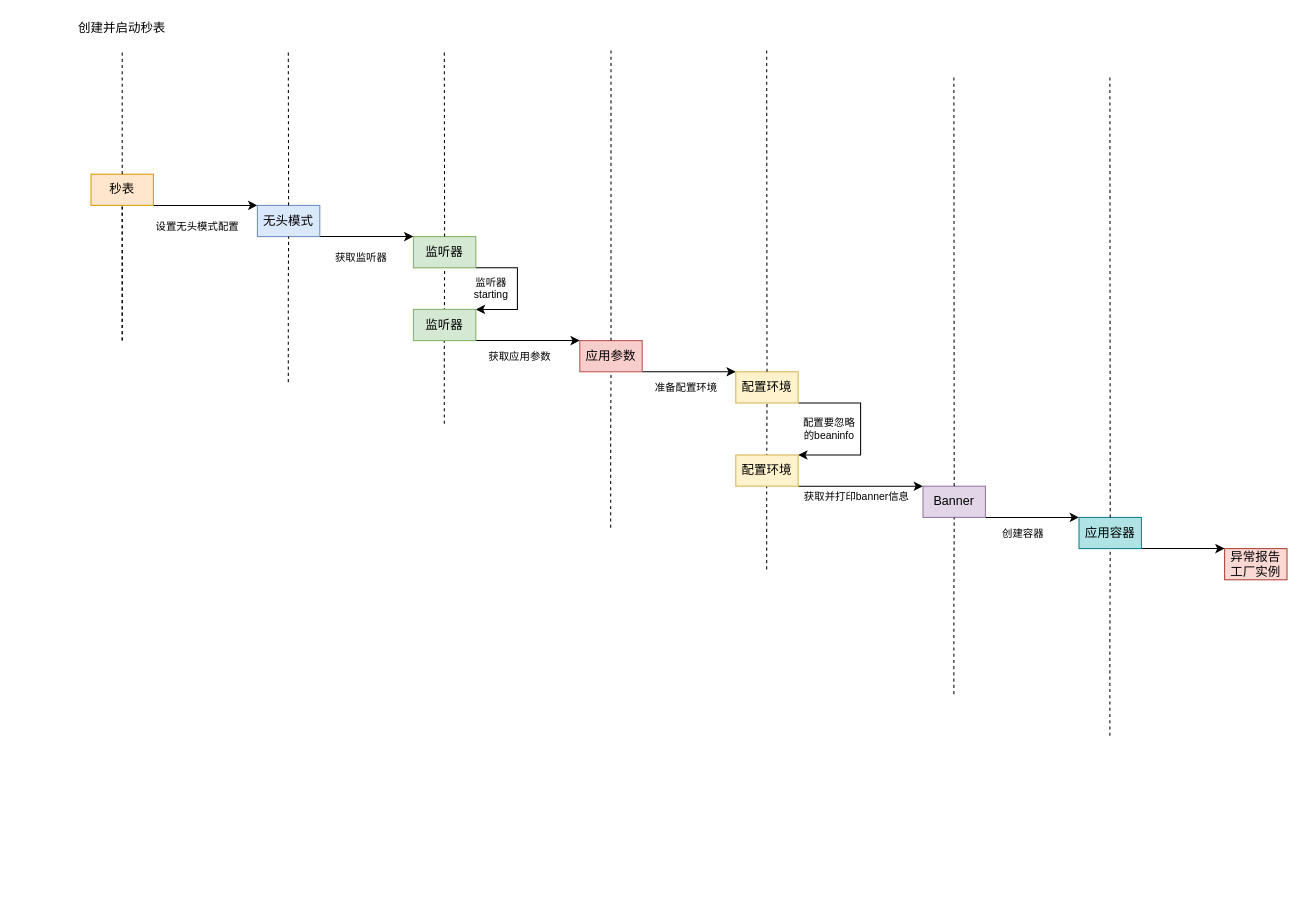
Earlier version of the draw.io diagram 图表文件/spring/run方法运行时序图.drawio (Syske/person-learning-note). Source tidied: cells renumbered, new cells numbered last; positions are measured from the earlier drawing's top-left corner, leaving out a move shared by most shapes. Both pictures are drawn from the tidied source at 104%, with x=0, y=0 at pixel (75, 18).
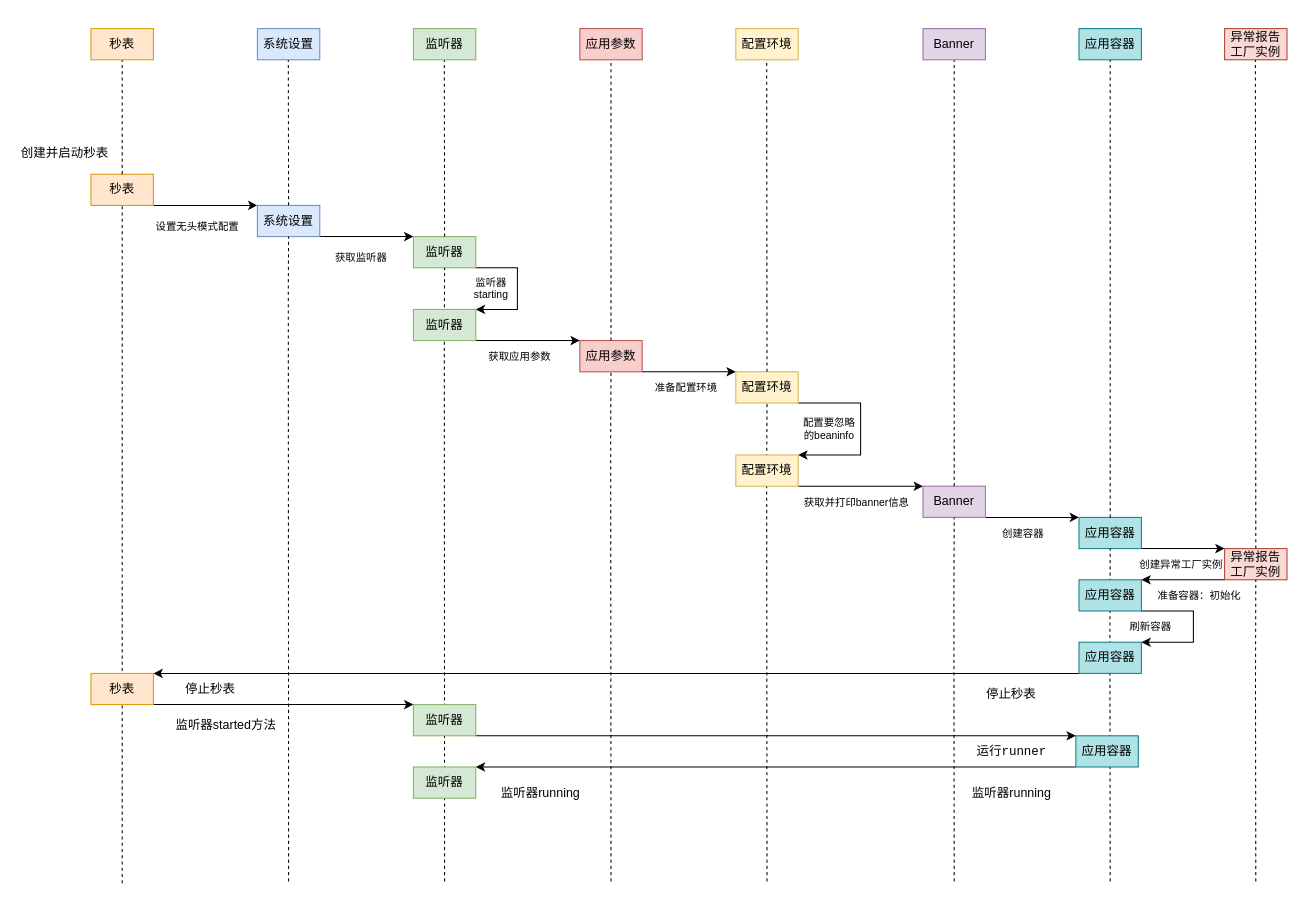
After the change.

The change refers to these unchanged cells:
```xml
<mxCell id="3" value="秒表" style="rounded=0;whiteSpace=wrap;html=1;fillColor=#ffe6cc;strokeColor=#d79b00;" parent="1" vertex="1">
  <mxGeometry x="15" y="150" width="60" height="30" as="geometry" />
</mxCell>
<mxCell id="13" value="监听器" style="rounded=0;whiteSpace=wrap;html=1;fillColor=#d5e8d4;strokeColor=#82b366;" parent="1" vertex="1">
  <mxGeometry x="325" y="210" width="60" height="30" as="geometry" />
</mxCell>
<mxCell id="19" value="应用参数" style="rounded=0;whiteSpace=wrap;html=1;fillColor=#f8cecc;strokeColor=#b85450;" parent="1" vertex="1">
  <mxGeometry x="485" y="310" width="60" height="30" as="geometry" />
</mxCell>
<mxCell id="27" value="配置环境" style="rounded=0;whiteSpace=wrap;html=1;fillColor=#fff2cc;strokeColor=#d6b656;" parent="1" vertex="1">
  <mxGeometry x="635" y="340" width="60" height="30" as="geometry" />
</mxCell>
<mxCell id="35" value="Banner" style="rounded=0;whiteSpace=wrap;html=1;fillColor=#e1d5e7;strokeColor=#9673a6;" parent="1" vertex="1">
  <mxGeometry x="815" y="450" width="60" height="30" as="geometry" />
</mxCell>
<mxCell id="40" value="应用容器" style="rounded=0;whiteSpace=wrap;html=1;fillColor=#b0e3e6;strokeColor=#0e8088;" parent="1" vertex="1">
  <mxGeometry x="965" y="480" width="60" height="30" as="geometry" />
</mxCell>
<mxCell id="44" value="异常报告工厂实例" style="rounded=0;whiteSpace=wrap;html=1;fillColor=#fad9d5;strokeColor=#ae4132;" parent="1" vertex="1">
  <mxGeometry x="1105" y="510" width="60" height="30" as="geometry" />
</mxCell>
```

Change to the diagram source:
```diff
@@
     <mxCell id="4" style="endArrow=none;dashed=1;html=1;entryX=0.5;entryY=1;entryDx=0;entryDy=0;" parent="1" edge="1" target="3">
       <mxGeometry relative="1" as="geometry">
-        <mxPoint x="45" y="310" as="sourcePoint" />
+        <mxPoint x="45" y="831.8" as="sourcePoint" />
       </mxGeometry>
     </mxCell>
     <mxCell id="5" value="创建并启动秒表" style="text;html=1;strokeColor=none;fillColor=none;align=center;verticalAlign=middle;whiteSpace=wrap;rounded=0;" parent="1" vertex="1">
-      <mxGeometry width="90" height="20" as="geometry" />
+      <mxGeometry x="-55" y="120" width="90" height="20" as="geometry" />
     </mxCell>
@@
-    <mxCell id="7" value="无头模式" style="rounded=0;whiteSpace=wrap;html=1;fillColor=#dae8fc;strokeColor=#6c8ebf;" parent="1" vertex="1">
+    <mxCell id="7" value="系统设置" style="rounded=0;whiteSpace=wrap;html=1;fillColor=#dae8fc;strokeColor=#6c8ebf;" parent="1" vertex="1">
       <mxGeometry x="175" y="180" width="60" height="30" as="geometry" />
     </mxCell>
-    <mxCell id="8" style="endArrow=none;dashed=1;html=1;entryX=0.5;entryY=1;entryDx=0;entryDy=0;" parent="1" edge="1" target="3">
-      <mxGeometry relative="1" as="geometry">
-        <mxPoint x="45" y="310" as="sourcePoint" />
-        <Array as="points">
-          <mxPoint x="45" y="220" />
-        </Array>
-      </mxGeometry>
-    </mxCell>
@@
     <mxCell id="15" style="endArrow=none;dashed=1;html=1;entryX=0.5;entryY=1;entryDx=0;entryDy=0;" parent="1" edge="1" target="7">
       <mxGeometry relative="1" as="geometry">
-        <mxPoint x="204.7" y="350" as="sourcePoint" />
+        <mxPoint x="205" y="830" as="sourcePoint" />
         <Array as="points">
           <mxPoint x="204.7" y="260" />
         </Array>
       </mxGeometry>
     </mxCell>
@@
     <mxCell id="17" style="endArrow=none;dashed=1;html=1;entryX=0.5;entryY=1;entryDx=0;entryDy=0;" parent="1" edge="1" target="13">
       <mxGeometry relative="1" as="geometry">
-        <mxPoint x="354.7" y="390" as="sourcePoint" />
+        <mxPoint x="355" y="830" as="sourcePoint" />
         <Array as="points">
           <mxPoint x="354.7" y="300" />
         </Array>
       </mxGeometry>
     </mxCell>
@@
-    <mxCell id="24" value="监听器&lt;br style=&quot;font-size: 10px;&quot;&gt;starting" style="text;html=1;strokeColor=none;fillColor=none;align=center;verticalAlign=middle;whiteSpace=wrap;rounded=0;fontSize=10;" parent="1" vertex="1">
+    <mxCell id="24" value="监听器&lt;br style=&quot;font-size: 10px&quot;&gt;starting" style="text;html=1;strokeColor=none;fillColor=none;align=center;verticalAlign=middle;whiteSpace=wrap;rounded=0;fontSize=10;" parent="1" vertex="1">
       <mxGeometry x="375" y="250" width="50" height="20" as="geometry" />
     </mxCell>
     <mxCell id="25" style="endArrow=none;dashed=1;html=1;entryX=0.5;entryY=1;entryDx=0;entryDy=0;" parent="1" edge="1" target="19">
       <mxGeometry relative="1" as="geometry">
-        <mxPoint x="514.7" y="490" as="sourcePoint" />
+        <mxPoint x="515" y="830" as="sourcePoint" />
         <Array as="points">
           <mxPoint x="514.7" y="400" />
         </Array>
       </mxGeometry>
     </mxCell>
@@
     <mxCell id="30" style="endArrow=none;dashed=1;html=1;entryX=0.5;entryY=1;entryDx=0;entryDy=0;" parent="1" edge="1" target="27">
       <mxGeometry relative="1" as="geometry">
-        <mxPoint x="664.7" y="530" as="sourcePoint" />
+        <mxPoint x="665" y="830" as="sourcePoint" />
         <Array as="points">
           <mxPoint x="664.7" y="440" />
         </Array>
       </mxGeometry>
     </mxCell>
@@
     <mxCell id="36" value="获取并打印banner信息" style="text;html=1;strokeColor=none;fillColor=none;align=center;verticalAlign=middle;whiteSpace=wrap;rounded=0;fontSize=10;" parent="1" vertex="1">
-      <mxGeometry x="695" y="450" width="113" height="20" as="geometry" />
+      <mxGeometry x="695" y="456" width="113" height="20" as="geometry" />
     </mxCell>
     <mxCell id="37" style="endArrow=none;dashed=1;html=1;exitX=0.5;exitY=0;exitDx=0;exitDy=0;" parent="1" edge="1" source="35">
       <mxGeometry relative="1" as="geometry">
-        <mxPoint x="844.7" y="55" as="targetPoint" />
+        <mxPoint x="845" y="30" as="targetPoint" />
       </mxGeometry>
     </mxCell>
     <mxCell id="38" style="endArrow=none;dashed=1;html=1;entryX=0.5;entryY=1;entryDx=0;entryDy=0;" parent="1" edge="1" target="35">
       <mxGeometry relative="1" as="geometry">
-        <mxPoint x="844.7" y="650" as="sourcePoint" />
+        <mxPoint x="845" y="830" as="sourcePoint" />
         <Array as="points">
           <mxPoint x="844.7" y="560" />
         </Array>
       </mxGeometry>
     </mxCell>
@@
     <mxCell id="42" style="endArrow=none;dashed=1;html=1;entryX=0.5;entryY=1;entryDx=0;entryDy=0;" parent="1" edge="1" target="40">
       <mxGeometry relative="1" as="geometry">
-        <mxPoint x="994.7" y="690" as="sourcePoint" />
+        <mxPoint x="995" y="830" as="sourcePoint" />
         <Array as="points">
           <mxPoint x="994.7" y="600" />
         </Array>
       </mxGeometry>
     </mxCell>
     <mxCell id="43" style="endArrow=none;dashed=1;html=1;exitX=0.5;exitY=0;exitDx=0;exitDy=0;" parent="1" edge="1" source="40">
       <mxGeometry relative="1" as="geometry">
-        <mxPoint x="994.7" y="55" as="targetPoint" />
+        <mxPoint x="995" y="30" as="targetPoint" />
       </mxGeometry>
     </mxCell>
+    <mxCell id="45" style="rounded=0;jettySize=auto;html=1;exitX=0;exitY=1;exitDx=0;exitDy=0;entryX=1;entryY=0;entryDx=0;entryDy=0;" parent="1" edge="1" source="44" target="51">
+      <mxGeometry relative="1" as="geometry" />
+    </mxCell>
@@
+    <mxCell id="46" style="endArrow=none;dashed=1;html=1;exitX=0.5;exitY=0;exitDx=0;exitDy=0;" parent="1" edge="1" source="44">
+      <mxGeometry relative="1" as="geometry">
+        <mxPoint x="1134.6" y="30" as="targetPoint" />
+      </mxGeometry>
+    </mxCell>
+    <mxCell id="47" style="endArrow=none;dashed=1;html=1;entryX=0.5;entryY=1;entryDx=0;entryDy=0;" parent="1" edge="1" target="44">
+      <mxGeometry relative="1" as="geometry">
+        <mxPoint x="1135" y="830" as="sourcePoint" />
+        <Array as="points">
+          <mxPoint x="1134.7" y="640" />
+        </Array>
+      </mxGeometry>
+    </mxCell>
+    <mxCell id="48" value="创建异常工厂实例" style="text;html=1;strokeColor=none;fillColor=none;align=center;verticalAlign=middle;whiteSpace=wrap;rounded=0;fontSize=10;" parent="1" vertex="1">
+      <mxGeometry x="1022" y="515" width="83" height="20" as="geometry" />
+    </mxCell>
+    <mxCell id="49" value="准备容器：初始化" style="text;html=1;strokeColor=none;fillColor=none;align=center;verticalAlign=middle;whiteSpace=wrap;rounded=0;fontSize=10;" parent="1" vertex="1">
+      <mxGeometry x="1036" y="545" width="90" height="20" as="geometry" />
+    </mxCell>
+    <mxCell id="50" style="edgeStyle=orthogonalEdgeStyle;rounded=0;jettySize=auto;html=1;exitX=1;exitY=1;exitDx=0;exitDy=0;entryX=1;entryY=0;entryDx=0;entryDy=0;" parent="1" edge="1" source="51" target="53">
+      <mxGeometry relative="1" as="geometry">
+        <Array as="points">
+          <mxPoint x="1075" y="570" />
+          <mxPoint x="1075" y="600" />
+        </Array>
+      </mxGeometry>
+    </mxCell>
+    <mxCell id="51" value="应用容器" style="rounded=0;whiteSpace=wrap;html=1;fillColor=#b0e3e6;strokeColor=#0e8088;" parent="1" vertex="1">
+      <mxGeometry x="965" y="540" width="60" height="30" as="geometry" />
+    </mxCell>
+    <mxCell id="52" style="rounded=0;jettySize=auto;html=1;exitX=0;exitY=1;exitDx=0;exitDy=0;entryX=1;entryY=0;entryDx=0;entryDy=0;" parent="1" edge="1" source="53" target="56">
+      <mxGeometry relative="1" as="geometry" />
+    </mxCell>
+    <mxCell id="53" value="应用容器" style="rounded=0;whiteSpace=wrap;html=1;fillColor=#b0e3e6;strokeColor=#0e8088;" parent="1" vertex="1">
+      <mxGeometry x="965" y="600" width="60" height="30" as="geometry" />
+    </mxCell>
+    <mxCell id="54" value="刷新容器" style="text;html=1;strokeColor=none;fillColor=none;align=center;verticalAlign=middle;whiteSpace=wrap;rounded=0;fontSize=10;" parent="1" vertex="1">
+      <mxGeometry x="999" y="575" width="70" height="20" as="geometry" />
+    </mxCell>
+    <mxCell id="55" style="edgeStyle=none;rounded=0;jettySize=auto;html=1;exitX=1;exitY=1;exitDx=0;exitDy=0;entryX=0;entryY=0;entryDx=0;entryDy=0;" parent="1" edge="1" source="56" target="59">
+      <mxGeometry relative="1" as="geometry" />
+    </mxCell>
+    <mxCell id="56" value="秒表" style="rounded=0;whiteSpace=wrap;html=1;fillColor=#ffe6cc;strokeColor=#d79b00;" parent="1" vertex="1">
+      <mxGeometry x="15" y="630" width="60" height="30" as="geometry" />
+    </mxCell>
+    <mxCell id="57" value="停止秒表" style="text;html=1;strokeColor=none;fillColor=none;align=center;verticalAlign=middle;whiteSpace=wrap;rounded=0;" parent="1" vertex="1">
+      <mxGeometry x="855" y="640" width="90" height="20" as="geometry" />
+    </mxCell>
+    <mxCell id="58" style="edgeStyle=none;rounded=0;jettySize=auto;html=1;exitX=1;exitY=1;exitDx=0;exitDy=0;entryX=0;entryY=0;entryDx=0;entryDy=0;" parent="1" edge="1" source="59" target="63">
+      <mxGeometry relative="1" as="geometry" />
+    </mxCell>
+    <mxCell id="59" value="监听器" style="rounded=0;whiteSpace=wrap;html=1;fillColor=#d5e8d4;strokeColor=#82b366;" parent="1" vertex="1">
+      <mxGeometry x="325" y="660" width="60" height="30" as="geometry" />
+    </mxCell>
+    <mxCell id="60" value="停止秒表" style="text;html=1;strokeColor=none;fillColor=none;align=center;verticalAlign=middle;whiteSpace=wrap;rounded=0;" parent="1" vertex="1">
+      <mxGeometry x="85" y="635" width="90" height="20" as="geometry" />
+    </mxCell>
+    <mxCell id="61" value="监听器started方法" style="text;html=1;strokeColor=none;fillColor=none;align=center;verticalAlign=middle;whiteSpace=wrap;rounded=0;" parent="1" vertex="1">
+      <mxGeometry x="95" y="670" width="100" height="20" as="geometry" />
+    </mxCell>
+    <mxCell id="62" style="edgeStyle=none;rounded=0;jettySize=auto;html=1;exitX=0;exitY=1;exitDx=0;exitDy=0;entryX=1;entryY=0;entryDx=0;entryDy=0;" parent="1" edge="1" source="63" target="65">
+      <mxGeometry relative="1" as="geometry" />
+    </mxCell>
+    <mxCell id="63" value="应用容器" style="rounded=0;whiteSpace=wrap;html=1;fillColor=#b0e3e6;strokeColor=#0e8088;" parent="1" vertex="1">
+      <mxGeometry x="962" y="690" width="60" height="30" as="geometry" />
+    </mxCell>
+    <mxCell id="64" value="&lt;font style=&quot;font-size: 12px&quot;&gt;运行&lt;font face=&quot;JetBrains Mono, monospace&quot; style=&quot;font-size: 12px&quot;&gt;&lt;span style=&quot;background-color: rgb(255 , 255 , 255)&quot;&gt;runner&lt;/span&gt;&lt;/font&gt;&lt;/font&gt;" style="text;html=1;strokeColor=none;fillColor=none;align=center;verticalAlign=middle;whiteSpace=wrap;rounded=0;" parent="1" vertex="1">
+      <mxGeometry x="857.5" y="690" width="85" height="30" as="geometry" />
+    </mxCell>
+    <mxCell id="65" value="监听器" style="rounded=0;whiteSpace=wrap;html=1;fillColor=#d5e8d4;strokeColor=#82b366;" parent="1" vertex="1">
+      <mxGeometry x="325" y="720" width="60" height="30" as="geometry" />
+    </mxCell>
+    <mxCell id="66" value="监听器running" style="text;html=1;strokeColor=none;fillColor=none;align=center;verticalAlign=middle;whiteSpace=wrap;rounded=0;" parent="1" vertex="1">
+      <mxGeometry x="857.5" y="730" width="85" height="30" as="geometry" />
+    </mxCell>
+    <mxCell id="67" value="监听器running" style="text;html=1;strokeColor=none;fillColor=none;align=center;verticalAlign=middle;whiteSpace=wrap;rounded=0;" parent="1" vertex="1">
+      <mxGeometry x="405" y="730" width="85" height="30" as="geometry" />
+    </mxCell>
+    <mxCell id="68" value="秒表" style="rounded=0;whiteSpace=wrap;html=1;fillColor=#ffe6cc;strokeColor=#d79b00;" parent="1" vertex="1">
+      <mxGeometry x="15" y="10" width="60" height="30" as="geometry" />
+    </mxCell>
+    <mxCell id="69" value="系统设置" style="rounded=0;whiteSpace=wrap;html=1;fillColor=#dae8fc;strokeColor=#6c8ebf;" parent="1" vertex="1">
+      <mxGeometry x="175" y="10" width="60" height="30" as="geometry" />
+    </mxCell>
+    <mxCell id="70" value="监听器" style="rounded=0;whiteSpace=wrap;html=1;fillColor=#d5e8d4;strokeColor=#82b366;" parent="1" vertex="1">
+      <mxGeometry x="325" y="10" width="60" height="30" as="geometry" />
+    </mxCell>
+    <mxCell id="71" value="应用参数" style="rounded=0;whiteSpace=wrap;html=1;fillColor=#f8cecc;strokeColor=#b85450;" parent="1" vertex="1">
+      <mxGeometry x="485" y="10" width="60" height="30" as="geometry" />
+    </mxCell>
+    <mxCell id="72" value="配置环境" style="rounded=0;whiteSpace=wrap;html=1;fillColor=#fff2cc;strokeColor=#d6b656;" parent="1" vertex="1">
+      <mxGeometry x="635" y="10" width="60" height="30" as="geometry" />
+    </mxCell>
+    <mxCell id="73" value="Banner" style="rounded=0;whiteSpace=wrap;html=1;fillColor=#e1d5e7;strokeColor=#9673a6;" parent="1" vertex="1">
+      <mxGeometry x="815" y="10" width="60" height="30" as="geometry" />
+    </mxCell>
+    <mxCell id="74" value="应用容器" style="rounded=0;whiteSpace=wrap;html=1;fillColor=#b0e3e6;strokeColor=#0e8088;" parent="1" vertex="1">
+      <mxGeometry x="965" y="10" width="60" height="30" as="geometry" />
+    </mxCell>
+    <mxCell id="75" value="异常报告工厂实例" style="rounded=0;whiteSpace=wrap;html=1;fillColor=#fad9d5;strokeColor=#ae4132;" parent="1" vertex="1">
+      <mxGeometry x="1105" y="10" width="60" height="30" as="geometry" />
+    </mxCell>
```
